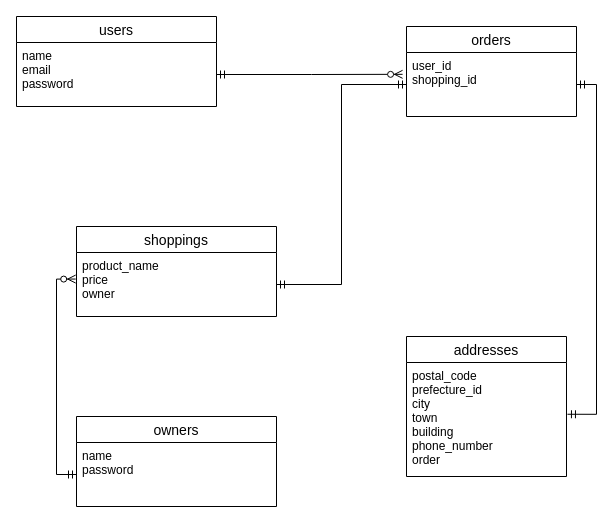
The draw.io diagram test.dio in kodairafumikazu/tomori_app, before the edit. Source tidied: cells renumbered, new cells numbered last; positions are measured from the earlier drawing's top-left corner, leaving out a move shared by most shapes. Both pictures are drawn from the tidied source at 100%, with x=0, y=0 at pixel (16, 16).
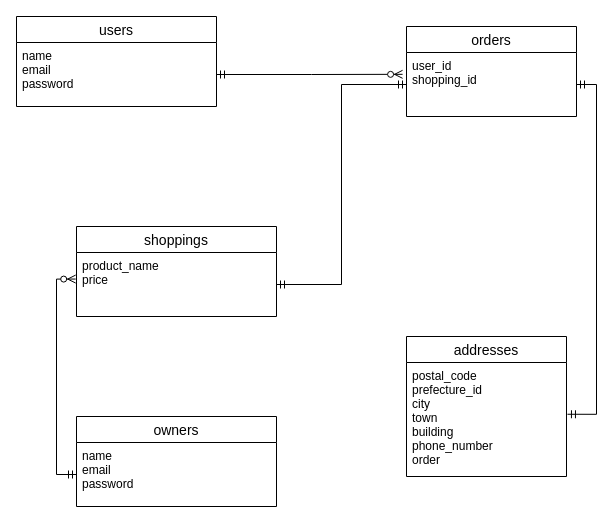
The same diagram, later.

The edit, as a diff of the source:
```diff
@@
 <mxGraphModel>
   <root>
     <mxCell id="0" />
     <mxCell id="1" parent="0" />
     <mxCell id="2" value="users" style="swimlane;fontStyle=0;horizontal=1;startSize=26;align=center;fontSize=14;" parent="1" vertex="1">
       <mxGeometry width="200" height="90" as="geometry" />
     </mxCell>
     <mxCell id="3" value="name&#10;email&#10;password&#10;" style="text;strokeColor=none;fillColor=none;spacingLeft=4;spacingRight=4;overflow=hidden;points=[[0,0.5],[1,0.5]];portConstraint=eastwest;fontSize=12;" parent="2" vertex="1">
       <mxGeometry y="26" width="200" height="64" as="geometry" />
     </mxCell>
     <mxCell id="4" value="orders" style="swimlane;fontStyle=0;horizontal=1;startSize=26;align=center;fontSize=14;" parent="1" vertex="1">
       <mxGeometry x="390" y="10" width="170" height="90" as="geometry" />
     </mxCell>
     <mxCell id="5" value="user_id&#10;shopping_id&#10;" style="text;strokeColor=none;fillColor=none;spacingLeft=4;spacingRight=4;overflow=hidden;points=[[0,0.5],[1,0.5]];portConstraint=eastwest;fontSize=12;" parent="4" vertex="1">
       <mxGeometry y="26" width="170" height="64" as="geometry" />
     </mxCell>
     <mxCell id="6" value="addresses" style="swimlane;fontStyle=0;horizontal=1;startSize=26;align=center;fontSize=14;" parent="1" vertex="1">
       <mxGeometry x="390" y="320" width="160" height="140" as="geometry" />
     </mxCell>
     <mxCell id="7" value="postal_code&#10;prefecture_id&#10;city&#10;town&#10;building&#10;phone_number&#10;order" style="text;strokeColor=none;fillColor=none;spacingLeft=4;spacingRight=4;overflow=hidden;points=[[0,0.5],[1,0.5]];portConstraint=eastwest;fontSize=12;" parent="6" vertex="1">
       <mxGeometry y="26" width="160" height="114" as="geometry" />
     </mxCell>
     <mxCell id="8" style="edgeStyle=orthogonalEdgeStyle;rounded=0;jettySize=auto;html=1;exitX=1;exitY=0.5;exitDx=0;exitDy=0;entryX=1.006;entryY=0.454;entryDx=0;entryDy=0;entryPerimeter=0;startArrow=ERmandOne;startFill=0;endArrow=ERmandOne;endFill=0;" parent="1" edge="1" source="5" target="7">
       <mxGeometry relative="1" as="geometry" />
     </mxCell>
     <mxCell id="9" style="edgeStyle=orthogonalEdgeStyle;rounded=0;jettySize=auto;html=1;exitX=1;exitY=0.5;exitDx=0;exitDy=0;entryX=-0.023;entryY=0.341;entryDx=0;entryDy=0;entryPerimeter=0;startArrow=ERmandOne;startFill=0;endArrow=ERzeroToMany;endFill=1;" parent="1" edge="1" source="3" target="5">
       <mxGeometry relative="1" as="geometry" />
     </mxCell>
     <mxCell id="10" value="shoppings" style="swimlane;fontStyle=0;horizontal=1;startSize=26;align=center;fontSize=14;" parent="1" vertex="1">
       <mxGeometry x="60" y="210" width="200" height="90" as="geometry" />
     </mxCell>
-    <mxCell id="11" value="product_name&#10;price&#10;owner" style="text;strokeColor=none;fillColor=none;spacingLeft=4;spacingRight=4;overflow=hidden;points=[[0,0.5],[1,0.5]];portConstraint=eastwest;fontSize=12;" parent="10" vertex="1">
+    <mxCell id="11" value="product_name&#10;price&#10;" style="text;strokeColor=none;fillColor=none;spacingLeft=4;spacingRight=4;overflow=hidden;points=[[0,0.5],[1,0.5]];portConstraint=eastwest;fontSize=12;" parent="10" vertex="1">
       <mxGeometry y="26" width="200" height="64" as="geometry" />
     </mxCell>
     <mxCell id="12" style="edgeStyle=orthogonalEdgeStyle;rounded=0;jettySize=auto;html=1;exitX=1;exitY=0.5;exitDx=0;exitDy=0;startArrow=ERmandOne;startFill=0;endArrow=ERmandOne;endFill=0;entryX=0;entryY=0.5;entryDx=0;entryDy=0;" parent="1" edge="1" source="11" target="5">
       <mxGeometry relative="1" as="geometry" />
     </mxCell>
     <mxCell id="13" value="owners" style="swimlane;fontStyle=0;horizontal=1;startSize=26;align=center;fontSize=14;" parent="1" vertex="1">
       <mxGeometry x="60" y="400" width="200" height="90" as="geometry" />
     </mxCell>
-    <mxCell id="14" value="name&#10;password" style="text;strokeColor=none;fillColor=none;spacingLeft=4;spacingRight=4;overflow=hidden;points=[[0,0.5],[1,0.5]];portConstraint=eastwest;fontSize=12;" parent="13" vertex="1">
+    <mxCell id="14" value="name&#10;email&#10;password" style="text;strokeColor=none;fillColor=none;spacingLeft=4;spacingRight=4;overflow=hidden;points=[[0,0.5],[1,0.5]];portConstraint=eastwest;fontSize=12;" parent="13" vertex="1">
       <mxGeometry y="26" width="200" height="64" as="geometry" />
     </mxCell>
     <mxCell id="15" style="edgeStyle=orthogonalEdgeStyle;rounded=0;jettySize=auto;html=1;exitX=0;exitY=0.5;exitDx=0;exitDy=0;entryX=-0.004;entryY=0.415;entryDx=0;entryDy=0;entryPerimeter=0;startArrow=ERmandOne;startFill=0;endArrow=ERzeroToMany;endFill=1;" parent="1" edge="1" source="14" target="11">
       <mxGeometry relative="1" as="geometry" />
     </mxCell>
   </root>
 </mxGraphModel>
```
